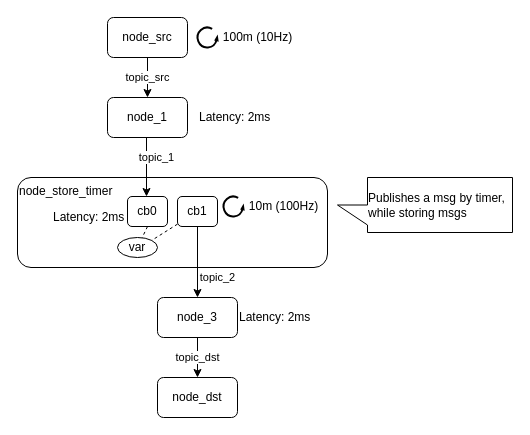
takeshi-iwanari/caret_sample keeps this draw.io diagram as page "sample_store_timer_2" (4 of 7) of node_diagram.drawio. Above is the earlier version. Source tidied: cells renumbered, new cells numbered last; positions are measured from the earlier drawing's top-left corner, leaving out a move shared by most shapes. Both pictures are drawn from the tidied source at 100%, with x=0, y=0 at pixel (17, 17).
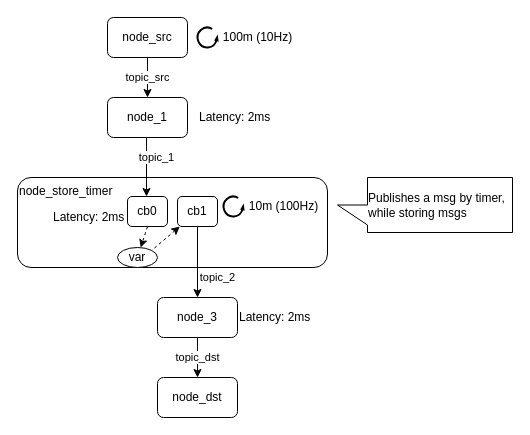
Above is the later version.

The change refers to these unchanged cells:
```xml
<mxCell id="17" value="cb0" style="rounded=1;whiteSpace=wrap;html=1;" parent="1" vertex="1">
  <mxGeometry x="110" y="179" width="40" height="30" as="geometry" />
</mxCell>
<mxCell id="18" value="cb1" style="rounded=1;whiteSpace=wrap;html=1;" parent="1" vertex="1">
  <mxGeometry x="160" y="179" width="40" height="30" as="geometry" />
</mxCell>
```

The edit, as a diff of the source:
```diff
@@
     <mxCell id="21" value="var" style="ellipse;whiteSpace=wrap;html=1;" parent="1" vertex="1">
-      <mxGeometry x="100" y="220" width="40" height="20" as="geometry" />
+      <mxGeometry x="100" y="230" width="40" height="20" as="geometry" />
     </mxCell>
-    <mxCell id="22" style="edgeStyle=none;html=1;exitX=0.5;exitY=1;exitDx=0;exitDy=0;dashed=1;endArrow=none;endFill=0;" parent="1" edge="1" source="17" target="21">
-      <mxGeometry relative="1" as="geometry" />
-    </mxCell>
-    <mxCell id="23" style="edgeStyle=none;html=1;dashed=1;endArrow=none;endFill=0;entryX=1;entryY=0;entryDx=0;entryDy=0;" parent="1" edge="1" source="18" target="21">
-      <mxGeometry relative="1" as="geometry" />
-    </mxCell>
+    <mxCell id="24" style="edgeStyle=none;html=1;exitX=0.5;exitY=1;exitDx=0;exitDy=0;dashed=1;endArrow=classic;endFill=1;" parent="1" edge="1" target="21">
+      <mxGeometry relative="1" as="geometry">
+        <mxPoint x="130" y="209" as="sourcePoint" />
+      </mxGeometry>
+    </mxCell>
+    <mxCell id="25" style="edgeStyle=none;html=1;dashed=1;endArrow=none;endFill=0;entryX=1;entryY=0;entryDx=0;entryDy=0;startArrow=classic;startFill=1;" parent="1" edge="1" target="21">
+      <mxGeometry relative="1" as="geometry">
+        <mxPoint x="162.3" y="209" as="sourcePoint" />
+      </mxGeometry>
+    </mxCell>
```
